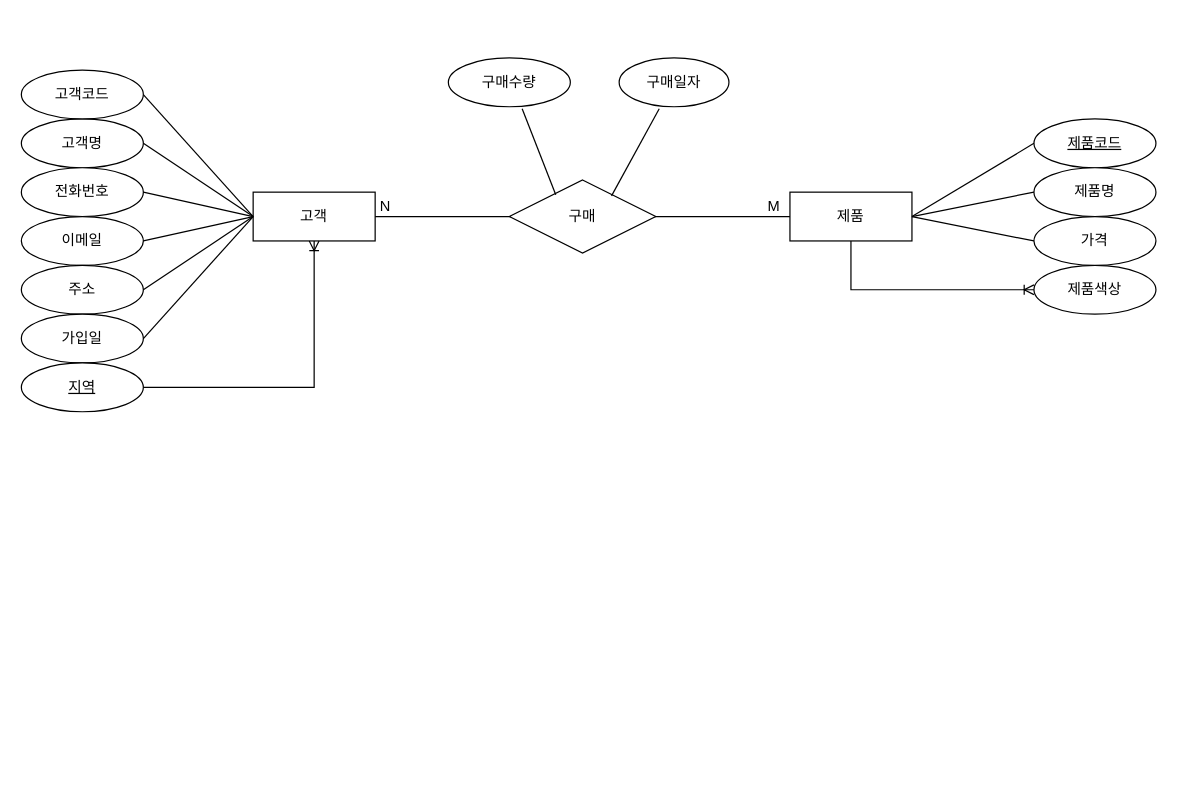
Before: page "페이지-1" (1 of 2) of 온라인 전자상거래.drawio in DODODODWODODOO/oraclesource, a draw.io diagram. Source tidied: cells renumbered, new cells numbered last; positions are measured from the earlier drawing's top-left corner, leaving out a move shared by most shapes. Both pictures are drawn from the tidied source at 122%, with x=0, y=0 at pixel (21, 57).
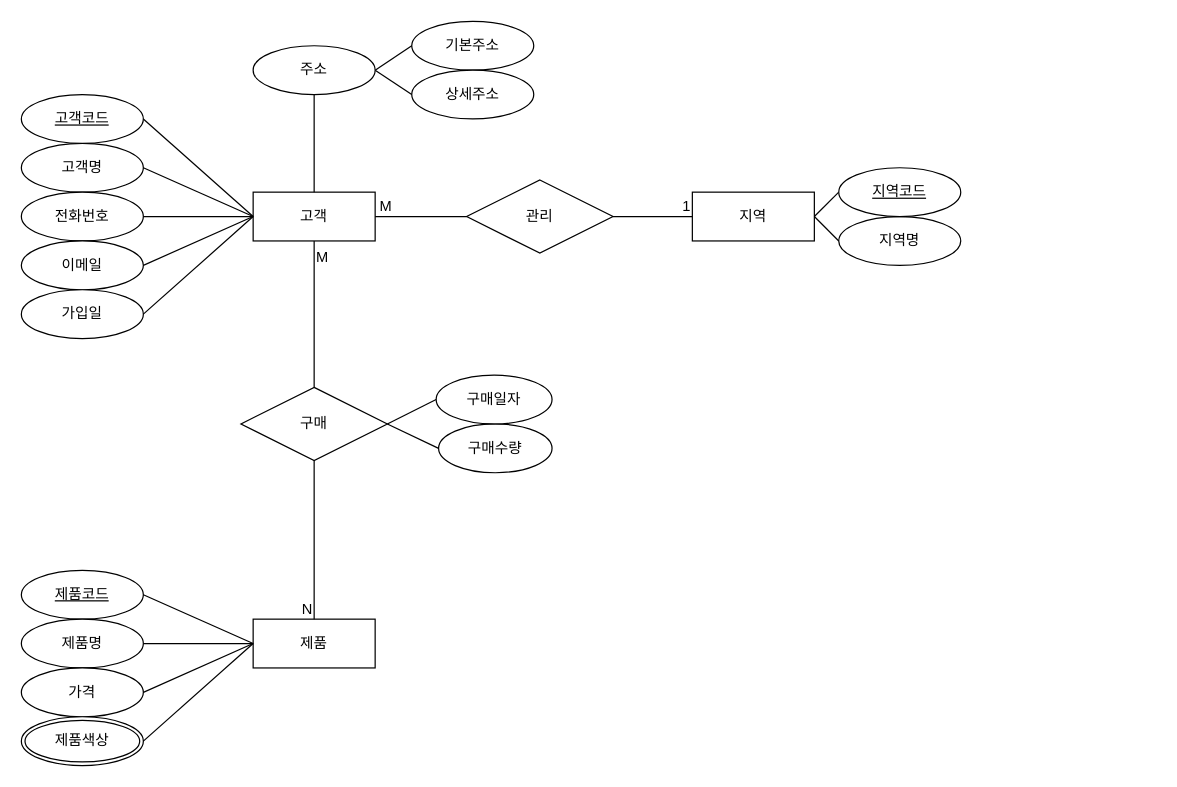
The same page after the edit.

Commit message:
온라인 전자상거래.drawio 업데이트

The change refers to these unchanged cells:
```xml
<mxCell id="3" value="고객" style="whiteSpace=wrap;html=1;align=center;" parent="1" vertex="1">
  <mxGeometry x="190" y="110" width="100" height="40" as="geometry" />
</mxCell>
```

The edit, as a diff of the source:
```diff
@@
     <mxCell id="2" value="고객명" style="ellipse;whiteSpace=wrap;html=1;align=center;" parent="1" vertex="1">
-      <mxGeometry y="50" width="100" height="40" as="geometry" />
+      <mxGeometry y="70" width="100" height="40" as="geometry" />
     </mxCell>
@@
     <mxCell id="4" value="전화번호" style="ellipse;whiteSpace=wrap;html=1;align=center;" parent="1" vertex="1">
-      <mxGeometry y="90" width="100" height="40" as="geometry" />
+      <mxGeometry y="110" width="100" height="40" as="geometry" />
     </mxCell>
     <mxCell id="5" value="이메일" style="ellipse;whiteSpace=wrap;html=1;align=center;" parent="1" vertex="1">
-      <mxGeometry y="130" width="100" height="40" as="geometry" />
+      <mxGeometry y="150" width="100" height="40" as="geometry" />
     </mxCell>
-    <mxCell id="6" value="주소" style="ellipse;whiteSpace=wrap;html=1;align=center;" parent="1" vertex="1">
-      <mxGeometry y="170" width="100" height="40" as="geometry" />
-    </mxCell>
     <mxCell id="7" value="가입일" style="ellipse;whiteSpace=wrap;html=1;align=center;" parent="1" vertex="1">
-      <mxGeometry y="210" width="100" height="40" as="geometry" />
+      <mxGeometry y="190" width="100" height="40" as="geometry" />
     </mxCell>
-    <mxCell id="8" style="endArrow=none;html=1;rounded=0;exitX=1;exitY=0.5;exitDx=0;exitDy=0;entryX=0;entryY=0.5;entryDx=0;entryDy=0;" parent="1" edge="1" source="15" target="3">
+    <mxCell id="8" style="endArrow=none;html=1;rounded=0;entryX=0;entryY=0.5;entryDx=0;entryDy=0;exitX=1;exitY=0.5;exitDx=0;exitDy=0;" parent="1" edge="1" source="15" target="3">
       <mxGeometry relative="1" as="geometry" />
     </mxCell>
@@
-    <mxCell id="12" style="endArrow=none;html=1;rounded=0;exitX=1;exitY=0.5;exitDx=0;exitDy=0;entryX=0;entryY=0.5;entryDx=0;entryDy=0;" parent="1" edge="1" source="6" target="3">
-      <mxGeometry relative="1" as="geometry" />
-    </mxCell>
@@
     <mxCell id="14" value="제품" style="whiteSpace=wrap;html=1;align=center;" parent="1" vertex="1">
-      <mxGeometry x="630" y="110" width="100" height="40" as="geometry" />
+      <mxGeometry x="190" y="460" width="100" height="40" as="geometry" />
     </mxCell>
-    <mxCell id="15" value="고객코드" style="ellipse;whiteSpace=wrap;html=1;align=center;" parent="1" vertex="1">
-      <mxGeometry y="10" width="100" height="40" as="geometry" />
-    </mxCell>
-    <mxCell id="16" value="지역" style="ellipse;whiteSpace=wrap;html=1;align=center;fontStyle=4;" parent="1" vertex="1">
-      <mxGeometry y="250" width="100" height="40" as="geometry" />
-    </mxCell>
     <mxCell id="17" value="제품코드" style="ellipse;whiteSpace=wrap;html=1;align=center;fontStyle=4;" parent="1" vertex="1">
-      <mxGeometry x="830" y="50" width="100" height="40" as="geometry" />
+      <mxGeometry y="420" width="100" height="40" as="geometry" />
     </mxCell>
     <mxCell id="18" value="제품명" style="ellipse;whiteSpace=wrap;html=1;align=center;" parent="1" vertex="1">
-      <mxGeometry x="830" y="90" width="100" height="40" as="geometry" />
+      <mxGeometry y="460" width="100" height="40" as="geometry" />
     </mxCell>
+    <mxCell id="20" value="가격" style="ellipse;whiteSpace=wrap;html=1;align=center;" parent="1" vertex="1">
+      <mxGeometry y="500" width="100" height="40" as="geometry" />
+    </mxCell>
+    <mxCell id="30" value="구매수량" style="ellipse;whiteSpace=wrap;html=1;align=center;" parent="1" vertex="1">
+      <mxGeometry x="342" y="300" width="93" height="40" as="geometry" />
+    </mxCell>
+    <mxCell id="31" value="구매일자" style="ellipse;whiteSpace=wrap;html=1;align=center;" parent="1" vertex="1">
+      <mxGeometry x="340" y="260" width="95" height="40" as="geometry" />
+    </mxCell>
+    <mxCell id="15" value="고객코드" style="ellipse;whiteSpace=wrap;html=1;align=center;fontStyle=4;" parent="1" vertex="1">
+      <mxGeometry y="30" width="100" height="40" as="geometry" />
+    </mxCell>
+    <mxCell id="34" value="기본주소" style="ellipse;whiteSpace=wrap;html=1;align=center;" parent="1" vertex="1">
+      <mxGeometry x="320" y="-30" width="100" height="40" as="geometry" />
+    </mxCell>
+    <mxCell id="35" value="상세주소" style="ellipse;whiteSpace=wrap;html=1;align=center;" parent="1" vertex="1">
+      <mxGeometry x="320" y="10" width="100" height="40" as="geometry" />
+    </mxCell>
+    <mxCell id="36" value="지역명" style="ellipse;whiteSpace=wrap;html=1;align=center;" parent="1" vertex="1">
+      <mxGeometry x="670" y="130" width="100" height="40" as="geometry" />
+    </mxCell>
+    <mxCell id="37" value="관리" style="shape=rhombus;perimeter=rhombusPerimeter;whiteSpace=wrap;html=1;align=center;" parent="1" vertex="1">
+      <mxGeometry x="365" y="100" width="120" height="60" as="geometry" />
+    </mxCell>
-    <mxCell id="19" value="제품색상" style="ellipse;whiteSpace=wrap;html=1;align=center;" parent="1" vertex="1">
-      <mxGeometry x="830" y="170" width="100" height="40" as="geometry" />
+    <mxCell id="19" value="제품색상" style="ellipse;shape=doubleEllipse;margin=3;whiteSpace=wrap;html=1;align=center;" parent="1" vertex="1">
+      <mxGeometry y="540" width="100" height="40" as="geometry" />
     </mxCell>
-    <mxCell id="20" value="가격" style="ellipse;whiteSpace=wrap;html=1;align=center;" parent="1" vertex="1">
-      <mxGeometry x="830" y="130" width="100" height="40" as="geometry" />
-    </mxCell>
-    <mxCell id="21" style="endArrow=none;html=1;rounded=0;exitX=1;exitY=0.5;exitDx=0;exitDy=0;entryX=0;entryY=0.5;entryDx=0;entryDy=0;" parent="1" edge="1" source="14" target="17">
-      <mxGeometry relative="1" as="geometry" />
-    </mxCell>
-    <mxCell id="22" style="endArrow=none;html=1;rounded=0;exitX=1;exitY=0.5;exitDx=0;exitDy=0;entryX=0;entryY=0.5;entryDx=0;entryDy=0;" parent="1" edge="1" source="14" target="18">
-      <mxGeometry relative="1" as="geometry" />
-    </mxCell>
-    <mxCell id="23" style="endArrow=none;html=1;rounded=0;exitX=1;exitY=0.5;exitDx=0;exitDy=0;entryX=0;entryY=0.5;entryDx=0;entryDy=0;" parent="1" edge="1" source="14" target="20">
-      <mxGeometry relative="1" as="geometry" />
-    </mxCell>
-    <mxCell id="24" style="fontSize=12;html=1;endArrow=ERoneToMany;rounded=0;exitX=1;exitY=0.5;exitDx=0;exitDy=0;entryX=0.5;entryY=1;entryDx=0;entryDy=0;edgeStyle=orthogonalEdgeStyle;" parent="1" edge="1" source="16" target="3">
-      <mxGeometry relative="1" as="geometry" />
-    </mxCell>
-    <mxCell id="25" style="edgeStyle=orthogonalEdgeStyle;fontSize=12;html=1;endArrow=ERoneToMany;rounded=0;entryX=0;entryY=0.5;entryDx=0;entryDy=0;exitX=0.5;exitY=1;exitDx=0;exitDy=0;" parent="1" edge="1" source="14" target="19">
-      <mxGeometry relative="1" as="geometry" />
-    </mxCell>
-    <mxCell id="26" style="endArrow=none;html=1;rounded=0;exitX=0;exitY=0.5;exitDx=0;exitDy=0;entryX=1;entryY=0.5;entryDx=0;entryDy=0;" parent="1" edge="1" source="14" target="3">
-      <mxGeometry relative="1" as="geometry" />
-    </mxCell>
+    <mxCell id="38" style="endArrow=none;html=1;rounded=0;exitX=1;exitY=0.5;exitDx=0;exitDy=0;entryX=0;entryY=0.5;entryDx=0;entryDy=0;" parent="1" edge="1" source="17" target="14">
+      <mxGeometry relative="1" as="geometry" />
+    </mxCell>
+    <mxCell id="39" style="endArrow=none;html=1;rounded=0;exitX=1;exitY=0.5;exitDx=0;exitDy=0;entryX=0;entryY=0.5;entryDx=0;entryDy=0;" parent="1" edge="1" source="18" target="14">
+      <mxGeometry relative="1" as="geometry" />
+    </mxCell>
+    <mxCell id="40" style="endArrow=none;html=1;rounded=0;exitX=1;exitY=0.5;exitDx=0;exitDy=0;entryX=0;entryY=0.5;entryDx=0;entryDy=0;" parent="1" edge="1" source="20" target="14">
+      <mxGeometry relative="1" as="geometry" />
+    </mxCell>
+    <mxCell id="41" style="endArrow=none;html=1;rounded=0;exitX=1;exitY=0.5;exitDx=0;exitDy=0;entryX=0;entryY=0.5;entryDx=0;entryDy=0;" parent="1" edge="1" source="19" target="14">
+      <mxGeometry relative="1" as="geometry" />
+    </mxCell>
+    <mxCell id="42" style="endArrow=none;html=1;rounded=0;exitX=0;exitY=0.5;exitDx=0;exitDy=0;entryX=1;entryY=0.5;entryDx=0;entryDy=0;" parent="1" edge="1" source="37" target="3">
+      <mxGeometry relative="1" as="geometry" />
+    </mxCell>
+    <mxCell id="43" value="M" style="html=1;whiteSpace=wrap;align=right;verticalAlign=bottom;" parent="42" vertex="1">
+      <mxGeometry x="1" relative="1" as="geometry">
+        <mxPoint x="15" as="offset" />
+      </mxGeometry>
+    </mxCell>
+    <mxCell id="16" value="지역" style="whiteSpace=wrap;html=1;align=center;" parent="1" vertex="1">
+      <mxGeometry x="550" y="110" width="100" height="40" as="geometry" />
+    </mxCell>
+    <mxCell id="44" style="endArrow=none;html=1;rounded=0;entryX=0;entryY=0.5;entryDx=0;entryDy=0;exitX=1;exitY=0.5;exitDx=0;exitDy=0;" parent="1" edge="1" source="37" target="16">
+      <mxGeometry relative="1" as="geometry" />
+    </mxCell>
+    <mxCell id="45" value="1" style="html=1;whiteSpace=wrap;align=right;verticalAlign=bottom;" parent="44" vertex="1">
+      <mxGeometry x="1" relative="1" as="geometry" />
+    </mxCell>
+    <mxCell id="46" style="endArrow=none;html=1;rounded=0;exitX=0.5;exitY=1;exitDx=0;exitDy=0;entryX=0.5;entryY=0;entryDx=0;entryDy=0;" parent="1" edge="1" source="3" target="14">
+      <mxGeometry relative="1" as="geometry" />
+    </mxCell>
-    <mxCell id="27" value="M" style="html=1;whiteSpace=wrap;align=left;verticalAlign=bottom;" parent="26" vertex="1">
+    <mxCell id="27" value="M" style="html=1;whiteSpace=wrap;align=left;verticalAlign=bottom;" parent="46" vertex="1">
       <mxGeometry x="-1" relative="1" as="geometry">
-        <mxPoint x="-20" as="offset" />
+        <mxPoint y="22" as="offset" />
       </mxGeometry>
     </mxCell>
-    <mxCell id="28" value="N" style="html=1;whiteSpace=wrap;align=right;verticalAlign=bottom;" parent="26" vertex="1">
-      <mxGeometry x="1" relative="1" as="geometry">
-        <mxPoint x="14" as="offset" />
-      </mxGeometry>
+    <mxCell id="28" value="N" style="html=1;whiteSpace=wrap;align=right;verticalAlign=bottom;" parent="46" vertex="1">
+      <mxGeometry x="1" relative="1" as="geometry" />
     </mxCell>
     <mxCell id="29" value="구매" style="shape=rhombus;perimeter=rhombusPerimeter;whiteSpace=wrap;html=1;align=center;" parent="1" vertex="1">
-      <mxGeometry x="400" y="100" width="120" height="60" as="geometry" />
+      <mxGeometry x="180" y="270" width="120" height="60" as="geometry" />
     </mxCell>
-    <mxCell id="30" value="구매수량" style="ellipse;whiteSpace=wrap;html=1;align=center;" parent="1" vertex="1">
-      <mxGeometry x="350" width="100" height="40" as="geometry" />
-    </mxCell>
-    <mxCell id="31" value="구매일자" style="ellipse;whiteSpace=wrap;html=1;align=center;" parent="1" vertex="1">
-      <mxGeometry x="490" width="90" height="40" as="geometry" />
-    </mxCell>
-    <mxCell id="32" style="endArrow=none;html=1;rounded=0;exitX=0.605;exitY=1.042;exitDx=0;exitDy=0;exitPerimeter=0;entryX=0.317;entryY=0.202;entryDx=0;entryDy=0;entryPerimeter=0;" parent="1" edge="1" source="30" target="29">
-      <mxGeometry relative="1" as="geometry" />
-    </mxCell>
+    <mxCell id="47" style="endArrow=none;html=1;rounded=0;entryX=0;entryY=0.5;entryDx=0;entryDy=0;exitX=1;exitY=0.5;exitDx=0;exitDy=0;" parent="1" edge="1" source="16">
+      <mxGeometry relative="1" as="geometry">
+        <mxPoint x="670" y="110" as="targetPoint" />
+      </mxGeometry>
+    </mxCell>
+    <mxCell id="48" style="endArrow=none;html=1;rounded=0;entryX=0;entryY=0.5;entryDx=0;entryDy=0;exitX=1;exitY=0.5;exitDx=0;exitDy=0;" parent="1" edge="1" source="16" target="36">
+      <mxGeometry relative="1" as="geometry" />
+    </mxCell>
-    <mxCell id="33" style="endArrow=none;html=1;rounded=0;exitX=0.698;exitY=0.218;exitDx=0;exitDy=0;exitPerimeter=0;entryX=0.365;entryY=1.042;entryDx=0;entryDy=0;entryPerimeter=0;" parent="1" edge="1" source="29" target="31">
+    <mxCell id="33" style="endArrow=none;html=1;rounded=0;exitX=1;exitY=0.5;exitDx=0;exitDy=0;entryX=0;entryY=0.5;entryDx=0;entryDy=0;" parent="1" edge="1" source="29" target="31">
       <mxGeometry relative="1" as="geometry" />
     </mxCell>
+    <mxCell id="49" style="endArrow=none;html=1;rounded=0;exitX=1;exitY=0.5;exitDx=0;exitDy=0;entryX=0;entryY=0.5;entryDx=0;entryDy=0;" parent="1" edge="1" source="29" target="30">
+      <mxGeometry relative="1" as="geometry" />
+    </mxCell>
+    <mxCell id="50" style="endArrow=none;html=1;rounded=0;entryX=0;entryY=0.5;entryDx=0;entryDy=0;exitX=1;exitY=0.5;exitDx=0;exitDy=0;" parent="1" edge="1" target="35">
+      <mxGeometry relative="1" as="geometry">
+        <mxPoint x="290" y="10" as="sourcePoint" />
+      </mxGeometry>
+    </mxCell>
+    <mxCell id="51" style="endArrow=none;html=1;rounded=0;entryX=0;entryY=0.5;entryDx=0;entryDy=0;exitX=1;exitY=0.5;exitDx=0;exitDy=0;" parent="1" edge="1" target="34">
+      <mxGeometry relative="1" as="geometry">
+        <mxPoint x="290" y="10" as="sourcePoint" />
+      </mxGeometry>
+    </mxCell>
+    <mxCell id="52" style="endArrow=none;html=1;rounded=0;entryX=0.5;entryY=1;entryDx=0;entryDy=0;exitX=0.5;exitY=0;exitDx=0;exitDy=0;" parent="1" edge="1" source="3">
+      <mxGeometry relative="1" as="geometry">
+        <mxPoint x="240" y="30" as="targetPoint" />
+      </mxGeometry>
+    </mxCell>
+    <mxCell id="53" value="지역코드" style="ellipse;whiteSpace=wrap;html=1;align=center;fontStyle=4;" parent="1" vertex="1">
+      <mxGeometry x="670" y="90" width="100" height="40" as="geometry" />
+    </mxCell>
+    <mxCell id="6" value="주소" style="ellipse;whiteSpace=wrap;html=1;align=center;" parent="1" vertex="1">
+      <mxGeometry x="190" y="-10" width="100" height="40" as="geometry" />
+    </mxCell>
```
